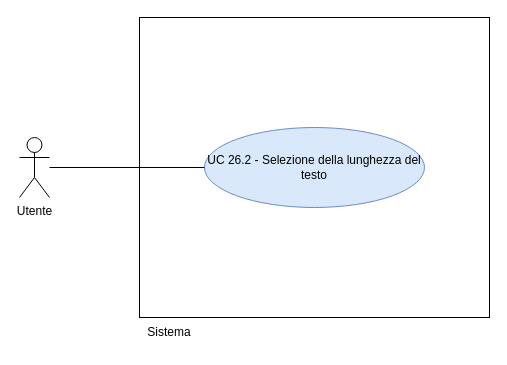
Above: RTB/doc_esterna/analisi-dei-requisiti/assets/draw.io/UC26.2.drawio in thebitless-group-swe/thebitless.github.io (draw.io), before the change. Source tidied: cells renumbered, new cells numbered last; positions are measured from the earlier drawing's top-left corner, leaving out a move shared by most shapes. Both pictures are drawn from the tidied source at 100%, with x=0, y=0 at pixel (19, 17).
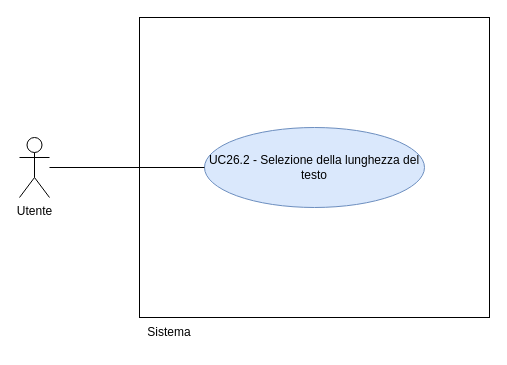
The same page after the edit.

The edit, as a diff of the source:
```diff
@@
 <mxGraphModel>
   <root>
     <mxCell id="0" />
     <mxCell id="1" parent="0" />
     <mxCell id="2" value="Utente" style="shape=umlActor;verticalLabelPosition=bottom;verticalAlign=top;html=1;outlineConnect=0;" parent="1" vertex="1">
       <mxGeometry y="120" width="30" height="60" as="geometry" />
     </mxCell>
     <mxCell id="3" style="whiteSpace=wrap;html=1;" parent="1" vertex="1">
       <mxGeometry x="120" width="350" height="300" as="geometry" />
     </mxCell>
     <mxCell id="4" value="Sistema" style="text;html=1;whiteSpace=wrap;strokeColor=none;fillColor=none;align=center;verticalAlign=middle;rounded=0;" parent="1" vertex="1">
       <mxGeometry x="120" y="300" width="60" height="30" as="geometry" />
     </mxCell>
-    <mxCell id="5" value="UC 26.2 - Selezione della lunghezza del testo" style="ellipse;whiteSpace=wrap;html=1;fillColor=#dae8fc;strokeColor=#6c8ebf;" parent="1" vertex="1">
+    <mxCell id="5" value="UC26.2 - Selezione della lunghezza del testo" style="ellipse;whiteSpace=wrap;html=1;fillColor=#dae8fc;strokeColor=#6c8ebf;" parent="1" vertex="1">
       <mxGeometry x="185" y="110" width="220" height="80" as="geometry" />
     </mxCell>
     <mxCell id="6" style="edgeStyle=none;rounded=0;jettySize=auto;html=1;endArrow=none;endFill=0;" parent="1" edge="1" source="2" target="5">
       <mxGeometry relative="1" as="geometry" />
     </mxCell>
   </root>
 </mxGraphModel>
```
